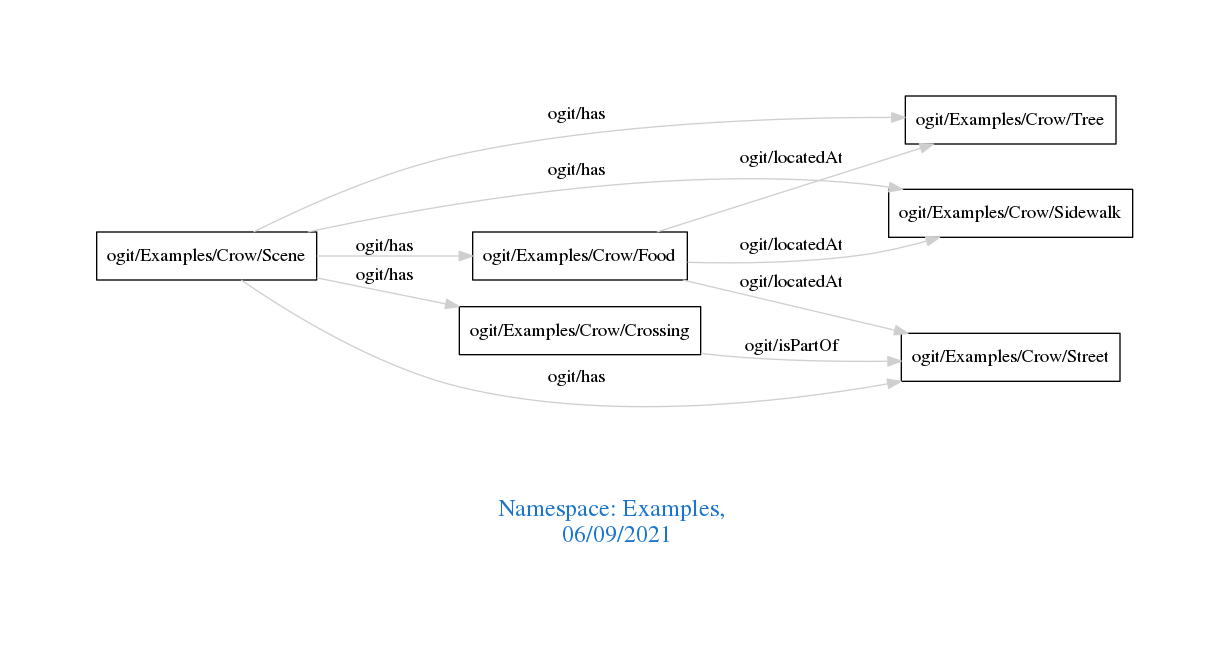
Above: downloads/Examples.png in arago/OGIT (Graphviz), before the change. Its source is kept beside it as downloads/Examples.dot.
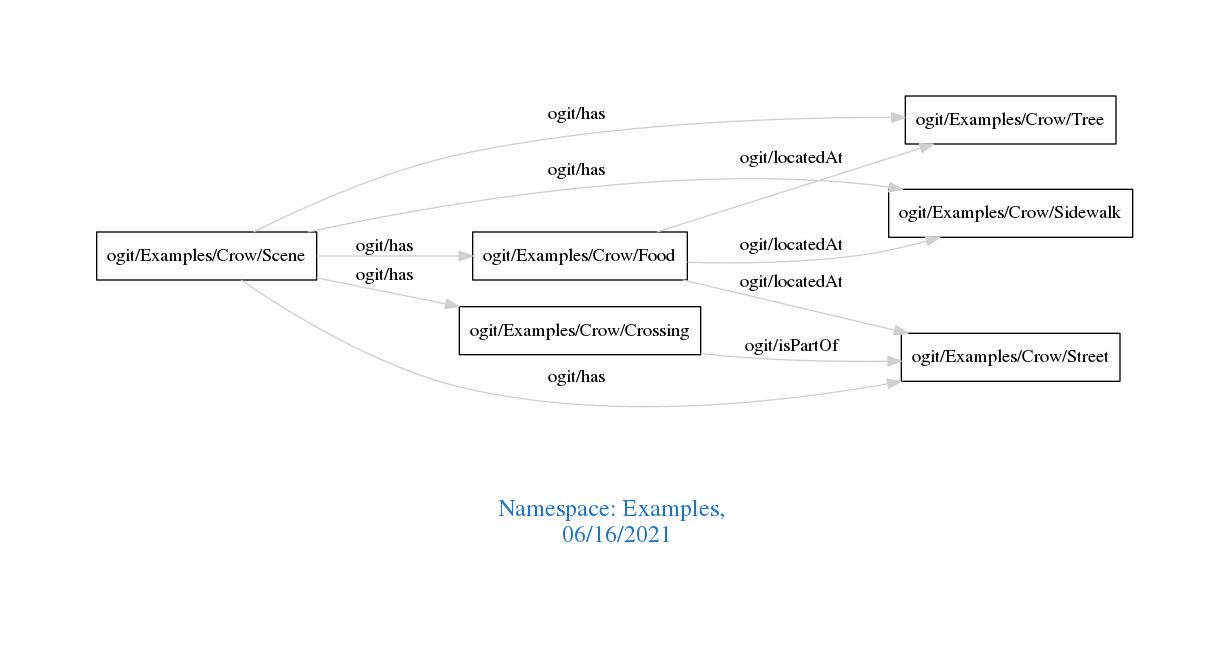
The same diagram one commit later.

The edit, as a diff of the source:
```diff
@@ -1,7 +1,7 @@
 digraph OGIT_ontology {
  graph [ rankdir= LR,pad=1
 fontsize = 18,
-fontcolor= dodgerblue3,label = "\n\n\nNamespace: Examples, \n 06/09/2021"];
+fontcolor= dodgerblue3,label = "\n\n\nNamespace: Examples, \n 06/16/2021"];
 node[shape=polygon];
 edge [  color="gray81"];
 
```
